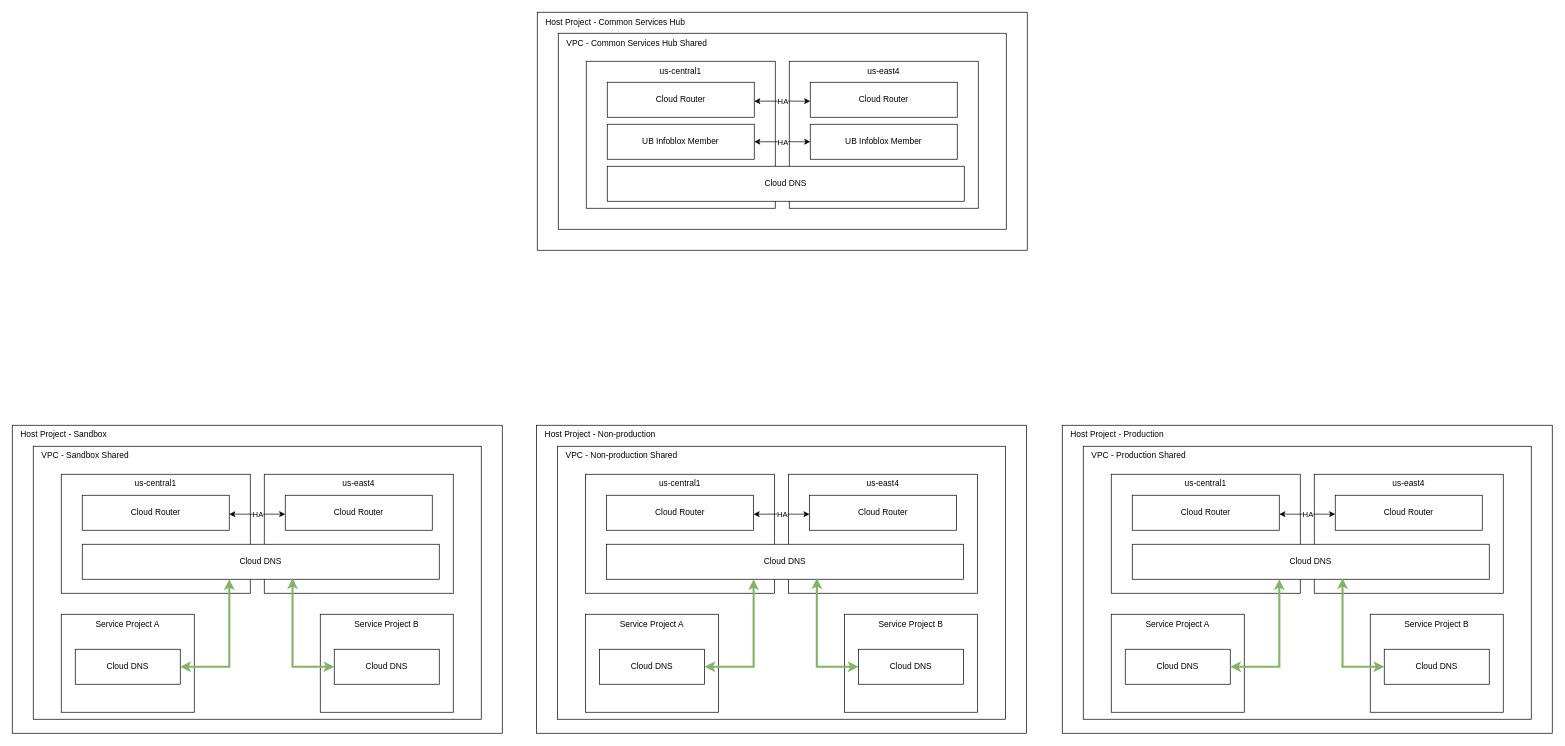
bpayt2/temp keeps this draw.io diagram as page "DNS - Level 1" (16 of 16) of disaster-recovery.drawio. Above is the earlier version. Source tidied: cells renumbered, new cells numbered last; positions are measured from the earlier drawing's top-left corner, leaving out a move shared by most shapes. Both pictures are drawn from the tidied source at 70%, with x=0, y=0 at pixel (12, 12).
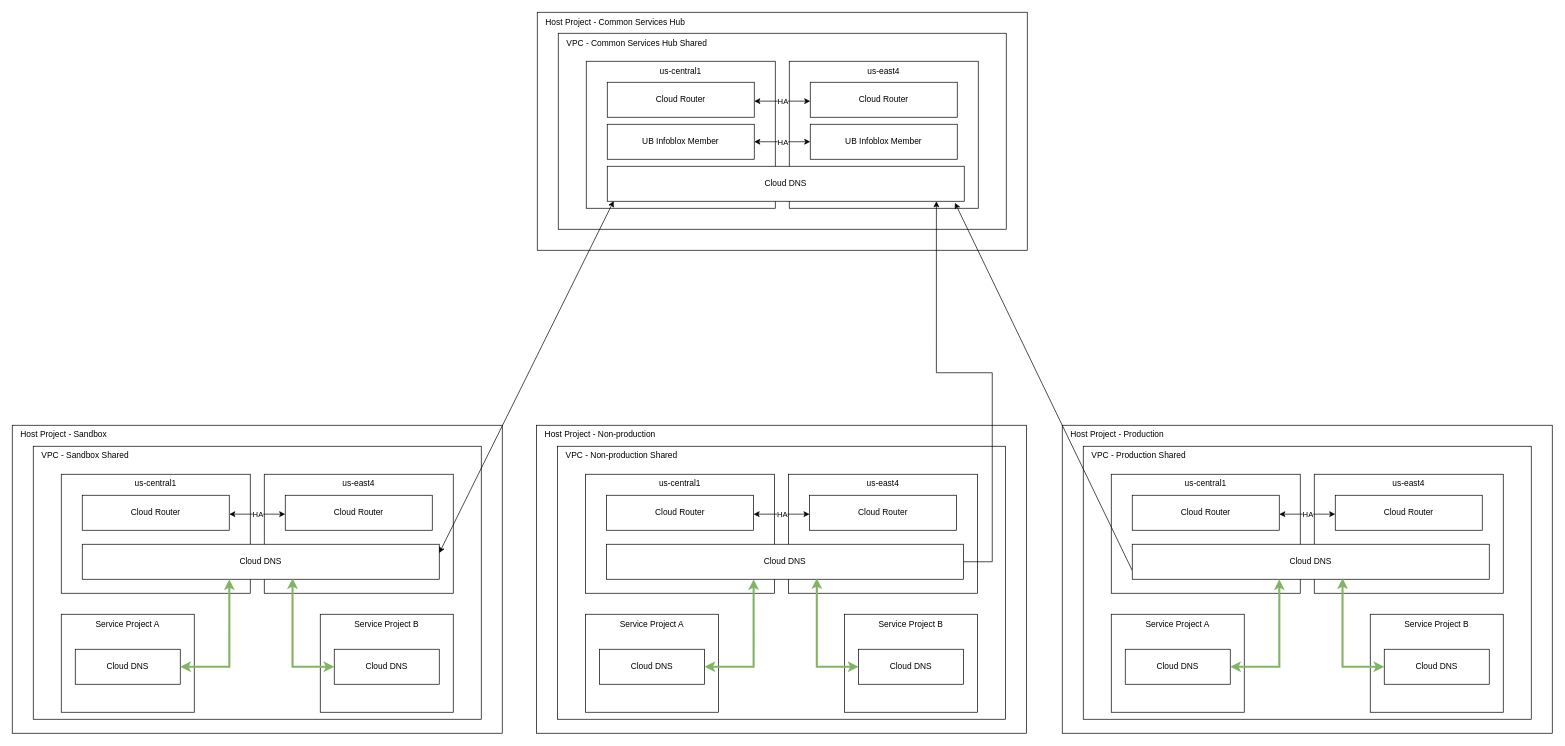
After the change.

The change refers to these unchanged cells:
```xml
<mxCell id="6" value="Cloud DNS" style="rounded=0;whiteSpace=wrap;html=1;" parent="1" vertex="1">
  <mxGeometry x="850" y="220" width="510" height="50" as="geometry" />
</mxCell>
<mxCell id="19" value="Cloud DNS" style="rounded=0;whiteSpace=wrap;html=1;" parent="1" vertex="1">
  <mxGeometry x="100" y="760" width="510" height="50" as="geometry" />
</mxCell>
<mxCell id="34" value="Cloud DNS" style="rounded=0;whiteSpace=wrap;html=1;" parent="1" vertex="1">
  <mxGeometry x="849" y="760" width="510" height="50" as="geometry" />
</mxCell>
<mxCell id="49" value="Cloud DNS" style="rounded=0;whiteSpace=wrap;html=1;" parent="1" vertex="1">
  <mxGeometry x="1600" y="760" width="510" height="50" as="geometry" />
</mxCell>
```

Change to the diagram source:
```diff
@@
+    <mxCell id="60" style="rounded=0;jettySize=auto;html=1;exitX=0;exitY=0.75;exitDx=0;exitDy=0;entryX=0.974;entryY=1.045;entryDx=0;entryDy=0;entryPerimeter=0;" parent="1" edge="1" source="49" target="6">
+      <mxGeometry relative="1" as="geometry" />
+    </mxCell>
@@
+    <mxCell id="61" style="rounded=0;jettySize=auto;html=1;exitX=1;exitY=0.25;exitDx=0;exitDy=0;entryX=0.018;entryY=0.995;entryDx=0;entryDy=0;entryPerimeter=0;startArrow=classic;startFill=1;" parent="1" edge="1" source="19" target="6">
+      <mxGeometry relative="1" as="geometry" />
+    </mxCell>
+    <mxCell id="62" style="edgeStyle=orthogonalEdgeStyle;rounded=0;jettySize=auto;html=1;exitX=1;exitY=0.5;exitDx=0;exitDy=0;entryX=0.922;entryY=1;entryDx=0;entryDy=0;entryPerimeter=0;" parent="1" edge="1" source="34" target="6">
+      <mxGeometry relative="1" as="geometry">
+        <Array as="points">
+          <mxPoint x="1400" y="785" />
+          <mxPoint x="1400" y="515" />
+          <mxPoint x="1320" y="515" />
+        </Array>
+      </mxGeometry>
+    </mxCell>
```
